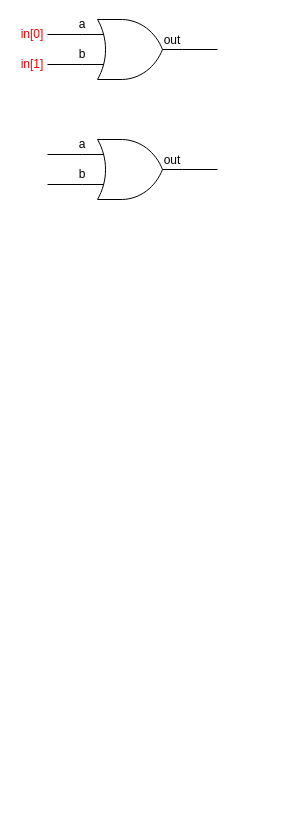
This is page "OR8WAY" (12 of 16) of nand2tetris.drawio from towa1204/nand2tetris, a draw.io file, before an edit. Source tidied: cells renumbered, new cells numbered last; positions are measured from the earlier drawing's top-left corner, leaving out a move shared by most shapes. Both pictures are drawn from the tidied source at 100%, with x=0, y=0 at pixel (17, 19).
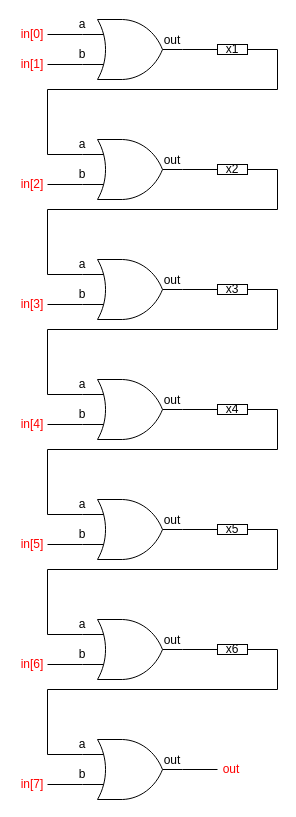
The same diagram, later.

What changed in the source:
```diff
@@
+    <mxCell id="22" value="x1" style="rounded=0;whiteSpace=wrap;html=1;" parent="1" vertex="1">
+      <mxGeometry x="200" y="25" width="30" height="10" as="geometry" />
+    </mxCell>
+    <mxCell id="23" style="endArrow=none;html=1;rounded=0;entryX=1;entryY=0.5;entryDx=0;entryDy=0;" parent="1" edge="1" target="22">
+      <mxGeometry relative="1" as="geometry">
+        <mxPoint x="30" y="135" as="sourcePoint" />
+        <Array as="points">
+          <mxPoint x="30" y="70" />
+          <mxPoint x="260" y="70" />
+          <mxPoint x="260" y="30" />
+        </Array>
+      </mxGeometry>
+    </mxCell>
+    <mxCell id="24" value="&lt;font color=&quot;#ff0000&quot;&gt;in[2]&lt;/font&gt;" style="text;html=1;strokeColor=none;fillColor=none;align=center;verticalAlign=middle;whiteSpace=wrap;rounded=0;" parent="1" vertex="1">
+      <mxGeometry y="160" width="30" height="10" as="geometry" />
+    </mxCell>
+    <mxCell id="25" value="x2" style="rounded=0;whiteSpace=wrap;html=1;" parent="1" vertex="1">
+      <mxGeometry x="200" y="145" width="30" height="10" as="geometry" />
+    </mxCell>
+    <mxCell id="26" style="endArrow=none;html=1;rounded=0;entryX=1;entryY=0.5;entryDx=0;entryDy=0;" parent="1" edge="1">
+      <mxGeometry relative="1" as="geometry">
+        <mxPoint x="30" y="255" as="sourcePoint" />
+        <mxPoint x="230" y="150" as="targetPoint" />
+        <Array as="points">
+          <mxPoint x="30" y="190" />
+          <mxPoint x="260" y="190" />
+          <mxPoint x="260" y="150" />
+        </Array>
+      </mxGeometry>
+    </mxCell>
+    <mxCell id="27" style="group;" parent="1" vertex="1">
+      <mxGeometry x="30" y="240" width="170" height="60" as="geometry" />
+    </mxCell>
+    <mxCell id="28" style="verticalLabelPosition=bottom;shadow=0;dashed=0;align=center;html=1;verticalAlign=top;shape=mxgraph.electrical.logic_gates.logic_gate;operation=or;" parent="27" vertex="1">
+      <mxGeometry x="35" width="100" height="60" as="geometry" />
+    </mxCell>
+    <mxCell id="29" style="endArrow=none;html=1;rounded=0;entryX=0;entryY=0.25;entryDx=0;entryDy=0;entryPerimeter=0;" parent="27" edge="1" target="28">
+      <mxGeometry relative="1" as="geometry">
+        <mxPoint y="15" as="sourcePoint" />
+      </mxGeometry>
+    </mxCell>
+    <mxCell id="30" style="endArrow=none;html=1;rounded=0;entryX=0;entryY=0.75;entryDx=0;entryDy=0;entryPerimeter=0;" parent="27" edge="1" target="28">
+      <mxGeometry relative="1" as="geometry">
+        <mxPoint y="45" as="sourcePoint" />
+      </mxGeometry>
+    </mxCell>
+    <mxCell id="31" style="endArrow=none;html=1;rounded=0;exitX=1;exitY=0.5;exitDx=0;exitDy=0;exitPerimeter=0;" parent="27" edge="1" source="28">
+      <mxGeometry relative="1" as="geometry">
+        <mxPoint x="170" y="30" as="targetPoint" />
+      </mxGeometry>
+    </mxCell>
+    <mxCell id="32" value="a" style="text;html=1;strokeColor=none;fillColor=none;align=center;verticalAlign=middle;whiteSpace=wrap;rounded=0;" parent="27" vertex="1">
+      <mxGeometry x="20" width="30" height="10" as="geometry" />
+    </mxCell>
+    <mxCell id="33" value="b" style="text;html=1;strokeColor=none;fillColor=none;align=center;verticalAlign=middle;whiteSpace=wrap;rounded=0;" parent="27" vertex="1">
+      <mxGeometry x="20" y="30" width="30" height="10" as="geometry" />
+    </mxCell>
+    <mxCell id="34" style="edgeStyle=orthogonalEdgeStyle;rounded=0;orthogonalLoop=1;jettySize=auto;html=1;exitX=0.5;exitY=1;exitDx=0;exitDy=0;" parent="27" edge="1" source="33" target="33">
+      <mxGeometry relative="1" as="geometry" />
+    </mxCell>
+    <mxCell id="35" value="out" style="text;html=1;strokeColor=none;fillColor=none;align=center;verticalAlign=middle;whiteSpace=wrap;rounded=0;" parent="27" vertex="1">
+      <mxGeometry x="110" y="16" width="30" height="10" as="geometry" />
+    </mxCell>
+    <mxCell id="36" value="&lt;font color=&quot;#ff0000&quot;&gt;in[3]&lt;/font&gt;" style="text;html=1;strokeColor=none;fillColor=none;align=center;verticalAlign=middle;whiteSpace=wrap;rounded=0;" parent="1" vertex="1">
+      <mxGeometry y="280" width="30" height="10" as="geometry" />
+    </mxCell>
+    <mxCell id="37" value="x3" style="rounded=0;whiteSpace=wrap;html=1;" parent="1" vertex="1">
+      <mxGeometry x="200" y="265" width="30" height="10" as="geometry" />
+    </mxCell>
+    <mxCell id="38" style="endArrow=none;html=1;rounded=0;entryX=1;entryY=0.5;entryDx=0;entryDy=0;" parent="1" edge="1">
+      <mxGeometry relative="1" as="geometry">
+        <mxPoint x="30" y="375" as="sourcePoint" />
+        <mxPoint x="230" y="270" as="targetPoint" />
+        <Array as="points">
+          <mxPoint x="30" y="310" />
+          <mxPoint x="260" y="310" />
+          <mxPoint x="260" y="270" />
+        </Array>
+      </mxGeometry>
+    </mxCell>
+    <mxCell id="39" style="group;" parent="1" vertex="1">
+      <mxGeometry x="30" y="360" width="170" height="60" as="geometry" />
+    </mxCell>
+    <mxCell id="40" style="verticalLabelPosition=bottom;shadow=0;dashed=0;align=center;html=1;verticalAlign=top;shape=mxgraph.electrical.logic_gates.logic_gate;operation=or;" parent="39" vertex="1">
+      <mxGeometry x="35" width="100" height="60" as="geometry" />
+    </mxCell>
+    <mxCell id="41" style="endArrow=none;html=1;rounded=0;entryX=0;entryY=0.25;entryDx=0;entryDy=0;entryPerimeter=0;" parent="39" edge="1" target="40">
+      <mxGeometry relative="1" as="geometry">
+        <mxPoint y="15" as="sourcePoint" />
+      </mxGeometry>
+    </mxCell>
+    <mxCell id="42" style="endArrow=none;html=1;rounded=0;entryX=0;entryY=0.75;entryDx=0;entryDy=0;entryPerimeter=0;" parent="39" edge="1" target="40">
+      <mxGeometry relative="1" as="geometry">
+        <mxPoint y="45" as="sourcePoint" />
+      </mxGeometry>
+    </mxCell>
+    <mxCell id="43" style="endArrow=none;html=1;rounded=0;exitX=1;exitY=0.5;exitDx=0;exitDy=0;exitPerimeter=0;" parent="39" edge="1" source="40">
+      <mxGeometry relative="1" as="geometry">
+        <mxPoint x="170" y="30" as="targetPoint" />
+      </mxGeometry>
+    </mxCell>
+    <mxCell id="44" value="a" style="text;html=1;strokeColor=none;fillColor=none;align=center;verticalAlign=middle;whiteSpace=wrap;rounded=0;" parent="39" vertex="1">
+      <mxGeometry x="20" width="30" height="10" as="geometry" />
+    </mxCell>
+    <mxCell id="45" value="b" style="text;html=1;strokeColor=none;fillColor=none;align=center;verticalAlign=middle;whiteSpace=wrap;rounded=0;" parent="39" vertex="1">
+      <mxGeometry x="20" y="30" width="30" height="10" as="geometry" />
+    </mxCell>
+    <mxCell id="46" style="edgeStyle=orthogonalEdgeStyle;rounded=0;orthogonalLoop=1;jettySize=auto;html=1;exitX=0.5;exitY=1;exitDx=0;exitDy=0;" parent="39" edge="1" source="45" target="45">
+      <mxGeometry relative="1" as="geometry" />
+    </mxCell>
+    <mxCell id="47" value="out" style="text;html=1;strokeColor=none;fillColor=none;align=center;verticalAlign=middle;whiteSpace=wrap;rounded=0;" parent="39" vertex="1">
+      <mxGeometry x="110" y="16" width="30" height="10" as="geometry" />
+    </mxCell>
+    <mxCell id="48" value="&lt;font color=&quot;#ff0000&quot;&gt;in[4]&lt;/font&gt;" style="text;html=1;strokeColor=none;fillColor=none;align=center;verticalAlign=middle;whiteSpace=wrap;rounded=0;" parent="1" vertex="1">
+      <mxGeometry y="400" width="30" height="10" as="geometry" />
+    </mxCell>
+    <mxCell id="49" value="x4" style="rounded=0;whiteSpace=wrap;html=1;" parent="1" vertex="1">
+      <mxGeometry x="200" y="385" width="30" height="10" as="geometry" />
+    </mxCell>
+    <mxCell id="50" style="endArrow=none;html=1;rounded=0;entryX=1;entryY=0.5;entryDx=0;entryDy=0;" parent="1" edge="1">
+      <mxGeometry relative="1" as="geometry">
+        <mxPoint x="30" y="495" as="sourcePoint" />
+        <mxPoint x="230" y="390" as="targetPoint" />
+        <Array as="points">
+          <mxPoint x="30" y="430" />
+          <mxPoint x="260" y="430" />
+          <mxPoint x="260" y="390" />
+        </Array>
+      </mxGeometry>
+    </mxCell>
+    <mxCell id="51" style="group;" parent="1" vertex="1">
+      <mxGeometry x="30" y="480" width="170" height="60" as="geometry" />
+    </mxCell>
+    <mxCell id="52" style="verticalLabelPosition=bottom;shadow=0;dashed=0;align=center;html=1;verticalAlign=top;shape=mxgraph.electrical.logic_gates.logic_gate;operation=or;" parent="51" vertex="1">
+      <mxGeometry x="35" width="100" height="60" as="geometry" />
+    </mxCell>
+    <mxCell id="53" style="endArrow=none;html=1;rounded=0;entryX=0;entryY=0.25;entryDx=0;entryDy=0;entryPerimeter=0;" parent="51" edge="1" target="52">
+      <mxGeometry relative="1" as="geometry">
+        <mxPoint y="15" as="sourcePoint" />
+      </mxGeometry>
+    </mxCell>
+    <mxCell id="54" style="endArrow=none;html=1;rounded=0;entryX=0;entryY=0.75;entryDx=0;entryDy=0;entryPerimeter=0;" parent="51" edge="1" target="52">
+      <mxGeometry relative="1" as="geometry">
+        <mxPoint y="45" as="sourcePoint" />
+      </mxGeometry>
+    </mxCell>
+    <mxCell id="55" style="endArrow=none;html=1;rounded=0;exitX=1;exitY=0.5;exitDx=0;exitDy=0;exitPerimeter=0;" parent="51" edge="1" source="52">
+      <mxGeometry relative="1" as="geometry">
+        <mxPoint x="170" y="30" as="targetPoint" />
+      </mxGeometry>
+    </mxCell>
+    <mxCell id="56" value="a" style="text;html=1;strokeColor=none;fillColor=none;align=center;verticalAlign=middle;whiteSpace=wrap;rounded=0;" parent="51" vertex="1">
+      <mxGeometry x="20" width="30" height="10" as="geometry" />
+    </mxCell>
+    <mxCell id="57" value="b" style="text;html=1;strokeColor=none;fillColor=none;align=center;verticalAlign=middle;whiteSpace=wrap;rounded=0;" parent="51" vertex="1">
+      <mxGeometry x="20" y="30" width="30" height="10" as="geometry" />
+    </mxCell>
+    <mxCell id="58" style="edgeStyle=orthogonalEdgeStyle;rounded=0;orthogonalLoop=1;jettySize=auto;html=1;exitX=0.5;exitY=1;exitDx=0;exitDy=0;" parent="51" edge="1" source="57" target="57">
+      <mxGeometry relative="1" as="geometry" />
+    </mxCell>
+    <mxCell id="59" value="out" style="text;html=1;strokeColor=none;fillColor=none;align=center;verticalAlign=middle;whiteSpace=wrap;rounded=0;" parent="51" vertex="1">
+      <mxGeometry x="110" y="16" width="30" height="10" as="geometry" />
+    </mxCell>
+    <mxCell id="60" value="&lt;font color=&quot;#ff0000&quot;&gt;in[5]&lt;/font&gt;" style="text;html=1;strokeColor=none;fillColor=none;align=center;verticalAlign=middle;whiteSpace=wrap;rounded=0;" parent="1" vertex="1">
+      <mxGeometry y="520" width="30" height="10" as="geometry" />
+    </mxCell>
+    <mxCell id="61" value="x5" style="rounded=0;whiteSpace=wrap;html=1;" parent="1" vertex="1">
+      <mxGeometry x="200" y="505" width="30" height="10" as="geometry" />
+    </mxCell>
+    <mxCell id="62" style="endArrow=none;html=1;rounded=0;entryX=1;entryY=0.5;entryDx=0;entryDy=0;" parent="1" edge="1">
+      <mxGeometry relative="1" as="geometry">
+        <mxPoint x="30" y="615" as="sourcePoint" />
+        <mxPoint x="230" y="510" as="targetPoint" />
+        <Array as="points">
+          <mxPoint x="30" y="550" />
+          <mxPoint x="260" y="550" />
+          <mxPoint x="260" y="510" />
+        </Array>
+      </mxGeometry>
+    </mxCell>
+    <mxCell id="63" style="group;" parent="1" vertex="1">
+      <mxGeometry x="30" y="600" width="170" height="60" as="geometry" />
+    </mxCell>
+    <mxCell id="64" style="verticalLabelPosition=bottom;shadow=0;dashed=0;align=center;html=1;verticalAlign=top;shape=mxgraph.electrical.logic_gates.logic_gate;operation=or;" parent="63" vertex="1">
+      <mxGeometry x="35" width="100" height="60" as="geometry" />
+    </mxCell>
+    <mxCell id="65" style="endArrow=none;html=1;rounded=0;entryX=0;entryY=0.25;entryDx=0;entryDy=0;entryPerimeter=0;" parent="63" edge="1" target="64">
+      <mxGeometry relative="1" as="geometry">
+        <mxPoint y="15" as="sourcePoint" />
+      </mxGeometry>
+    </mxCell>
+    <mxCell id="66" style="endArrow=none;html=1;rounded=0;entryX=0;entryY=0.75;entryDx=0;entryDy=0;entryPerimeter=0;" parent="63" edge="1" target="64">
+      <mxGeometry relative="1" as="geometry">
+        <mxPoint y="45" as="sourcePoint" />
+      </mxGeometry>
+    </mxCell>
+    <mxCell id="67" style="endArrow=none;html=1;rounded=0;exitX=1;exitY=0.5;exitDx=0;exitDy=0;exitPerimeter=0;" parent="63" edge="1" source="64">
+      <mxGeometry relative="1" as="geometry">
+        <mxPoint x="170" y="30" as="targetPoint" />
+      </mxGeometry>
+    </mxCell>
+    <mxCell id="68" value="a" style="text;html=1;strokeColor=none;fillColor=none;align=center;verticalAlign=middle;whiteSpace=wrap;rounded=0;" parent="63" vertex="1">
+      <mxGeometry x="20" width="30" height="10" as="geometry" />
+    </mxCell>
+    <mxCell id="69" value="b" style="text;html=1;strokeColor=none;fillColor=none;align=center;verticalAlign=middle;whiteSpace=wrap;rounded=0;" parent="63" vertex="1">
+      <mxGeometry x="20" y="30" width="30" height="10" as="geometry" />
+    </mxCell>
+    <mxCell id="70" style="edgeStyle=orthogonalEdgeStyle;rounded=0;orthogonalLoop=1;jettySize=auto;html=1;exitX=0.5;exitY=1;exitDx=0;exitDy=0;" parent="63" edge="1" source="69" target="69">
+      <mxGeometry relative="1" as="geometry" />
+    </mxCell>
+    <mxCell id="71" value="out" style="text;html=1;strokeColor=none;fillColor=none;align=center;verticalAlign=middle;whiteSpace=wrap;rounded=0;" parent="63" vertex="1">
+      <mxGeometry x="110" y="16" width="30" height="10" as="geometry" />
+    </mxCell>
+    <mxCell id="72" value="&lt;font color=&quot;#ff0000&quot;&gt;in[6]&lt;/font&gt;" style="text;html=1;strokeColor=none;fillColor=none;align=center;verticalAlign=middle;whiteSpace=wrap;rounded=0;" parent="1" vertex="1">
+      <mxGeometry y="640" width="30" height="10" as="geometry" />
+    </mxCell>
+    <mxCell id="73" value="x6" style="rounded=0;whiteSpace=wrap;html=1;" parent="1" vertex="1">
+      <mxGeometry x="200" y="625" width="30" height="10" as="geometry" />
+    </mxCell>
+    <mxCell id="74" style="endArrow=none;html=1;rounded=0;entryX=1;entryY=0.5;entryDx=0;entryDy=0;" parent="1" edge="1">
+      <mxGeometry relative="1" as="geometry">
+        <mxPoint x="30" y="735" as="sourcePoint" />
+        <mxPoint x="230" y="630" as="targetPoint" />
+        <Array as="points">
+          <mxPoint x="30" y="670" />
+          <mxPoint x="260" y="670" />
+          <mxPoint x="260" y="630" />
+        </Array>
+      </mxGeometry>
+    </mxCell>
+    <mxCell id="75" style="group;" parent="1" vertex="1">
+      <mxGeometry x="30" y="720" width="170" height="60" as="geometry" />
+    </mxCell>
+    <mxCell id="76" style="verticalLabelPosition=bottom;shadow=0;dashed=0;align=center;html=1;verticalAlign=top;shape=mxgraph.electrical.logic_gates.logic_gate;operation=or;" parent="75" vertex="1">
+      <mxGeometry x="35" width="100" height="60" as="geometry" />
+    </mxCell>
+    <mxCell id="77" style="endArrow=none;html=1;rounded=0;entryX=0;entryY=0.25;entryDx=0;entryDy=0;entryPerimeter=0;" parent="75" edge="1" target="76">
+      <mxGeometry relative="1" as="geometry">
+        <mxPoint y="15" as="sourcePoint" />
+      </mxGeometry>
+    </mxCell>
+    <mxCell id="78" style="endArrow=none;html=1;rounded=0;entryX=0;entryY=0.75;entryDx=0;entryDy=0;entryPerimeter=0;" parent="75" edge="1" target="76">
+      <mxGeometry relative="1" as="geometry">
+        <mxPoint y="45" as="sourcePoint" />
+      </mxGeometry>
+    </mxCell>
+    <mxCell id="79" style="endArrow=none;html=1;rounded=0;exitX=1;exitY=0.5;exitDx=0;exitDy=0;exitPerimeter=0;" parent="75" edge="1" source="76">
+      <mxGeometry relative="1" as="geometry">
+        <mxPoint x="170" y="30" as="targetPoint" />
+      </mxGeometry>
+    </mxCell>
+    <mxCell id="80" value="a" style="text;html=1;strokeColor=none;fillColor=none;align=center;verticalAlign=middle;whiteSpace=wrap;rounded=0;" parent="75" vertex="1">
+      <mxGeometry x="20" width="30" height="10" as="geometry" />
+    </mxCell>
+    <mxCell id="81" value="b" style="text;html=1;strokeColor=none;fillColor=none;align=center;verticalAlign=middle;whiteSpace=wrap;rounded=0;" parent="75" vertex="1">
+      <mxGeometry x="20" y="30" width="30" height="10" as="geometry" />
+    </mxCell>
+    <mxCell id="82" style="edgeStyle=orthogonalEdgeStyle;rounded=0;orthogonalLoop=1;jettySize=auto;html=1;exitX=0.5;exitY=1;exitDx=0;exitDy=0;" parent="75" edge="1" source="81" target="81">
+      <mxGeometry relative="1" as="geometry" />
+    </mxCell>
+    <mxCell id="83" value="out" style="text;html=1;strokeColor=none;fillColor=none;align=center;verticalAlign=middle;whiteSpace=wrap;rounded=0;" parent="75" vertex="1">
+      <mxGeometry x="110" y="16" width="30" height="10" as="geometry" />
+    </mxCell>
+    <mxCell id="84" value="&lt;font color=&quot;#ff0000&quot;&gt;in[7]&lt;/font&gt;" style="text;html=1;strokeColor=none;fillColor=none;align=center;verticalAlign=middle;whiteSpace=wrap;rounded=0;" parent="1" vertex="1">
+      <mxGeometry y="760" width="30" height="10" as="geometry" />
+    </mxCell>
+    <mxCell id="85" value="&lt;font color=&quot;#ff0000&quot;&gt;out&lt;/font&gt;" style="text;html=1;strokeColor=none;fillColor=none;align=center;verticalAlign=middle;whiteSpace=wrap;rounded=0;" parent="1" vertex="1">
+      <mxGeometry x="199" y="745" width="30" height="10" as="geometry" />
+    </mxCell>
```
